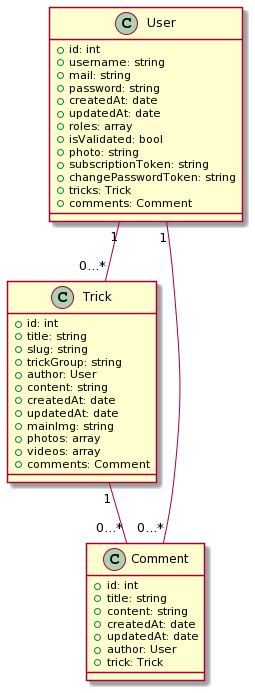
Maxime22/snowtricks keeps this PlantUML diagram as diagrammes/diagramme_classe.png. Above is the earlier version.
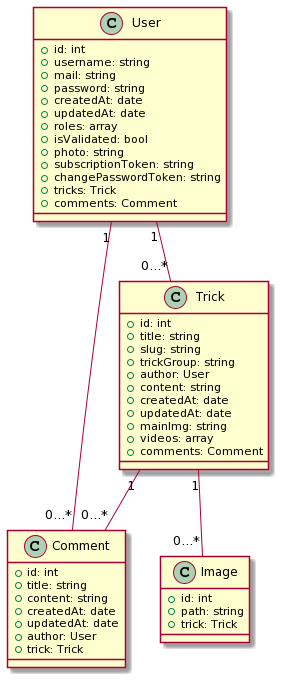
Later version of the same file.

Change to the diagram source:
```diff
@@ -24,7 +24,6 @@
  +createdAt: date
  +updatedAt: date
  +mainImg: string
- +photos: array
  +videos: array
  +comments: Comment
 }
@@ -37,7 +36,13 @@
  +author: User
  +trick: Trick
 }
+class Image{
+ +id: int
+ +path: string
+ +trick: Trick
+}
 Trick "1" -- "0...*" Comment
 User "1" -- "0...*" Trick
+Trick "1" -- "0...*" Image
 User "1" -- "0...*" Comment
 @enduml
```
